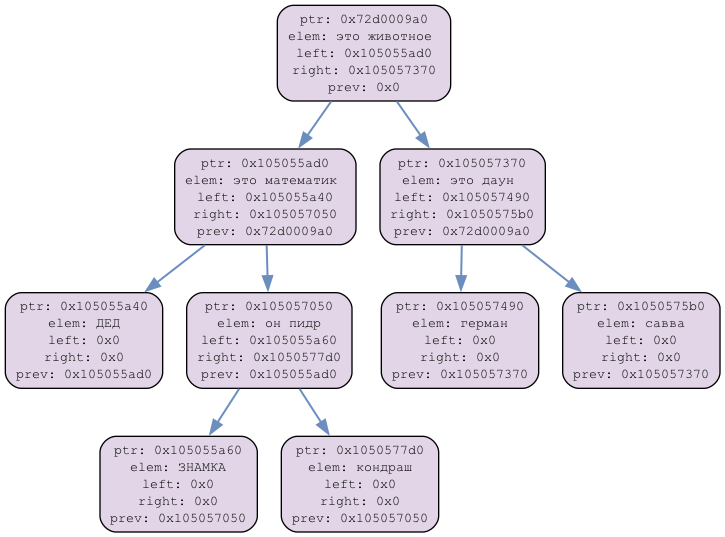
Earlier version of the Graphviz export TREE_dump.png (savva289-prog/bin-TREE). Its source is kept beside it as TREE_dump.dot.
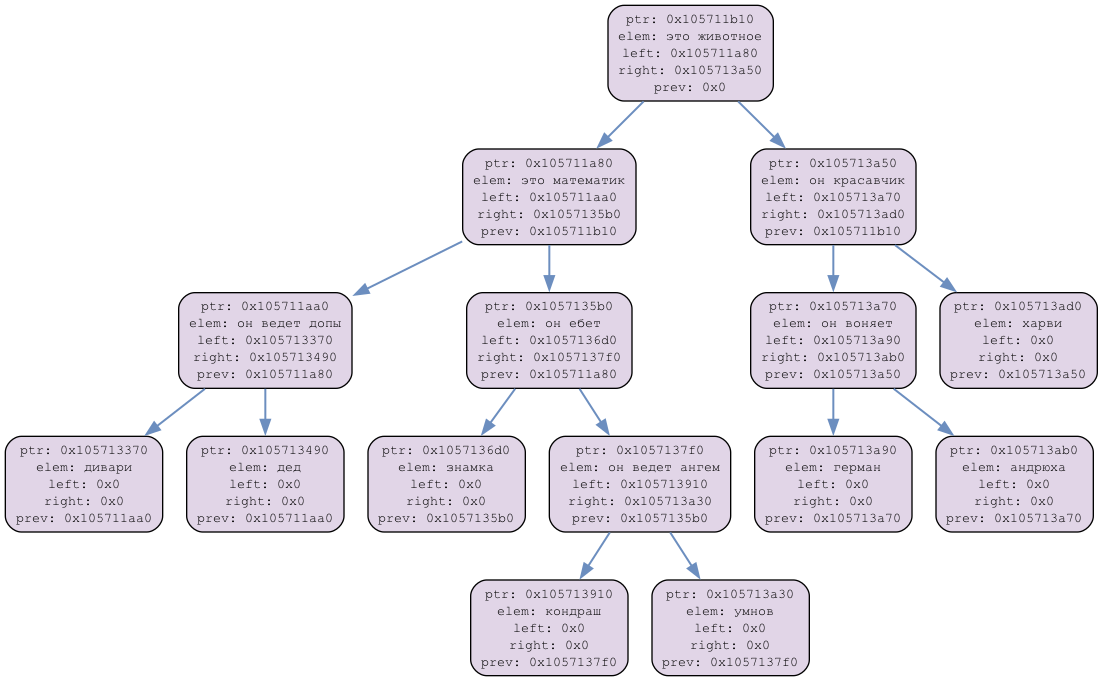
Later version of the same file.

What changed in the source:
```diff
@@ -3,21 +3,33 @@
     node [shape=box, style="filled, rounded", fillcolor="#e1d5e7", fontname="Courier", fontsize=10];
     edge [color="#6c8ebf", penwidth=1.5];
 
-    node_0x104f55ad0 [label="ptr: 0x104f55ad0\nelem: это животное \nleft: 0x9490009a0\nright: 0x949000a00\nprev: 0x0"];
-    node_0x104f55ad0 -> node_0x9490009a0;
-    node_0x104f55ad0 -> node_0x949000a00;
-    node_0x9490009a0 [label="ptr: 0x9490009a0\nelem: это математик \nleft: 0x104f57050\nright: 0x9490009e0\nprev: 0x104f55ad0"];
-    node_0x9490009a0 -> node_0x104f57050;
-    node_0x9490009a0 -> node_0x9490009e0;
-    node_0x104f57050 [label="ptr: 0x104f57050\nelem: он тупее\nleft: 0x9490009c0\nright: 0x104f55a40\nprev: 0x9490009a0"];
-    node_0x104f57050 -> node_0x9490009c0;
-    node_0x104f57050 -> node_0x104f55a40;
-    node_0x9490009c0 [label="ptr: 0x9490009c0\nelem: ДЕД\nleft: 0x0\nright: 0x0\nprev: 0x104f57050"];
-    node_0x104f55a40 [label="ptr: 0x104f55a40\nelem: антона\nleft: 0x0\nright: 0x0\nprev: 0x104f57050"];
-    node_0x9490009e0 [label="ptr: 0x9490009e0\nelem: ЗНАМКА\nleft: 0x0\nright: 0x0\nprev: 0x9490009a0"];
-    node_0x949000a00 [label="ptr: 0x949000a00\nelem: это даун \nleft: 0x949000a20\nright: 0x949000a40\nprev: 0x104f55ad0"];
-    node_0x949000a00 -> node_0x949000a20;
-    node_0x949000a00 -> node_0x949000a40;
-    node_0x949000a20 [label="ptr: 0x949000a20\nelem: савва\nleft: 0x0\nright: 0x0\nprev: 0x949000a00"];
-    node_0x949000a40 [label="ptr: 0x949000a40\nelem: герман\nleft: 0x0\nright: 0x0\nprev: 0x949000a00"];
+    node_0x105711b10 [label="ptr: 0x105711b10\nelem: это животное\nleft: 0x105711a80\nright: 0x105713a50\nprev: 0x0"];
+    node_0x105711b10 -> node_0x105711a80;
+    node_0x105711b10 -> node_0x105713a50;
+    node_0x105711a80 [label="ptr: 0x105711a80\nelem: это математик\nleft: 0x105711aa0\nright: 0x1057135b0\nprev: 0x105711b10"];
+    node_0x105711a80 -> node_0x105711aa0;
+    node_0x105711a80 -> node_0x1057135b0;
+    node_0x105711aa0 [label="ptr: 0x105711aa0\nelem: он ведет допы\nleft: 0x105713370\nright: 0x105713490\nprev: 0x105711a80"];
+    node_0x105711aa0 -> node_0x105713370;
+    node_0x105711aa0 -> node_0x105713490;
+    node_0x105713370 [label="ptr: 0x105713370\nelem: дивари\nleft: 0x0\nright: 0x0\nprev: 0x105711aa0"];
+    node_0x105713490 [label="ptr: 0x105713490\nelem: дед\nleft: 0x0\nright: 0x0\nprev: 0x105711aa0"];
+    node_0x1057135b0 [label="ptr: 0x1057135b0\nelem: он ебет\nleft: 0x1057136d0\nright: 0x1057137f0\nprev: 0x105711a80"];
+    node_0x1057135b0 -> node_0x1057136d0;
+    node_0x1057135b0 -> node_0x1057137f0;
+    node_0x1057136d0 [label="ptr: 0x1057136d0\nelem: знамка\nleft: 0x0\nright: 0x0\nprev: 0x1057135b0"];
+    node_0x1057137f0 [label="ptr: 0x1057137f0\nelem: он ведет ангем\nleft: 0x105713910\nright: 0x105713a30\nprev: 0x1057135b0"];
+    node_0x1057137f0 -> node_0x105713910;
+    node_0x1057137f0 -> node_0x105713a30;
+    node_0x105713910 [label="ptr: 0x105713910\nelem: кондраш\nleft: 0x0\nright: 0x0\nprev: 0x1057137f0"];
+    node_0x105713a30 [label="ptr: 0x105713a30\nelem: умнов\nleft: 0x0\nright: 0x0\nprev: 0x1057137f0"];
+    node_0x105713a50 [label="ptr: 0x105713a50\nelem: он красавчик\nleft: 0x105713a70\nright: 0x105713ad0\nprev: 0x105711b10"];
+    node_0x105713a50 -> node_0x105713a70;
+    node_0x105713a50 -> node_0x105713ad0;
+    node_0x105713a70 [label="ptr: 0x105713a70\nelem: он воняет\nleft: 0x105713a90\nright: 0x105713ab0\nprev: 0x105713a50"];
+    node_0x105713a70 -> node_0x105713a90;
+    node_0x105713a70 -> node_0x105713ab0;
+    node_0x105713a90 [label="ptr: 0x105713a90\nelem: герман\nleft: 0x0\nright: 0x0\nprev: 0x105713a70"];
+    node_0x105713ab0 [label="ptr: 0x105713ab0\nelem: андрюха\nleft: 0x0\nright: 0x0\nprev: 0x105713a70"];
+    node_0x105713ad0 [label="ptr: 0x105713ad0\nelem: харви\nleft: 0x0\nright: 0x0\nprev: 0x105713a50"];
 }
```
